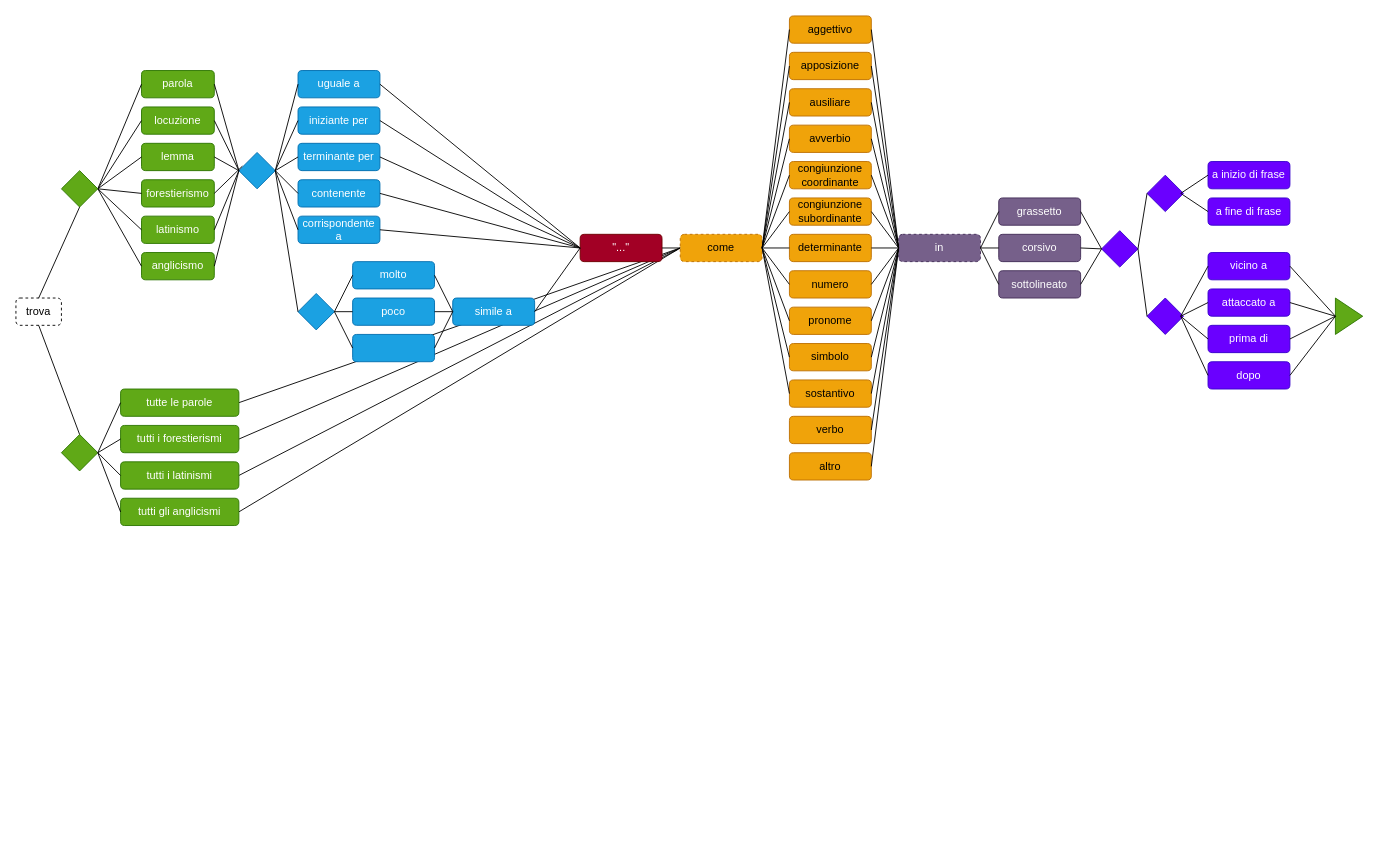
This is pqita.drawio from vedph/minerva-app, a draw.io file, before an edit. Source tidied: cells renumbered, new cells numbered last; positions are measured from the earlier drawing's top-left corner, leaving out a move shared by most shapes. Both pictures are drawn from the tidied source at 91%, with x=0, y=0 at pixel (15, 15).
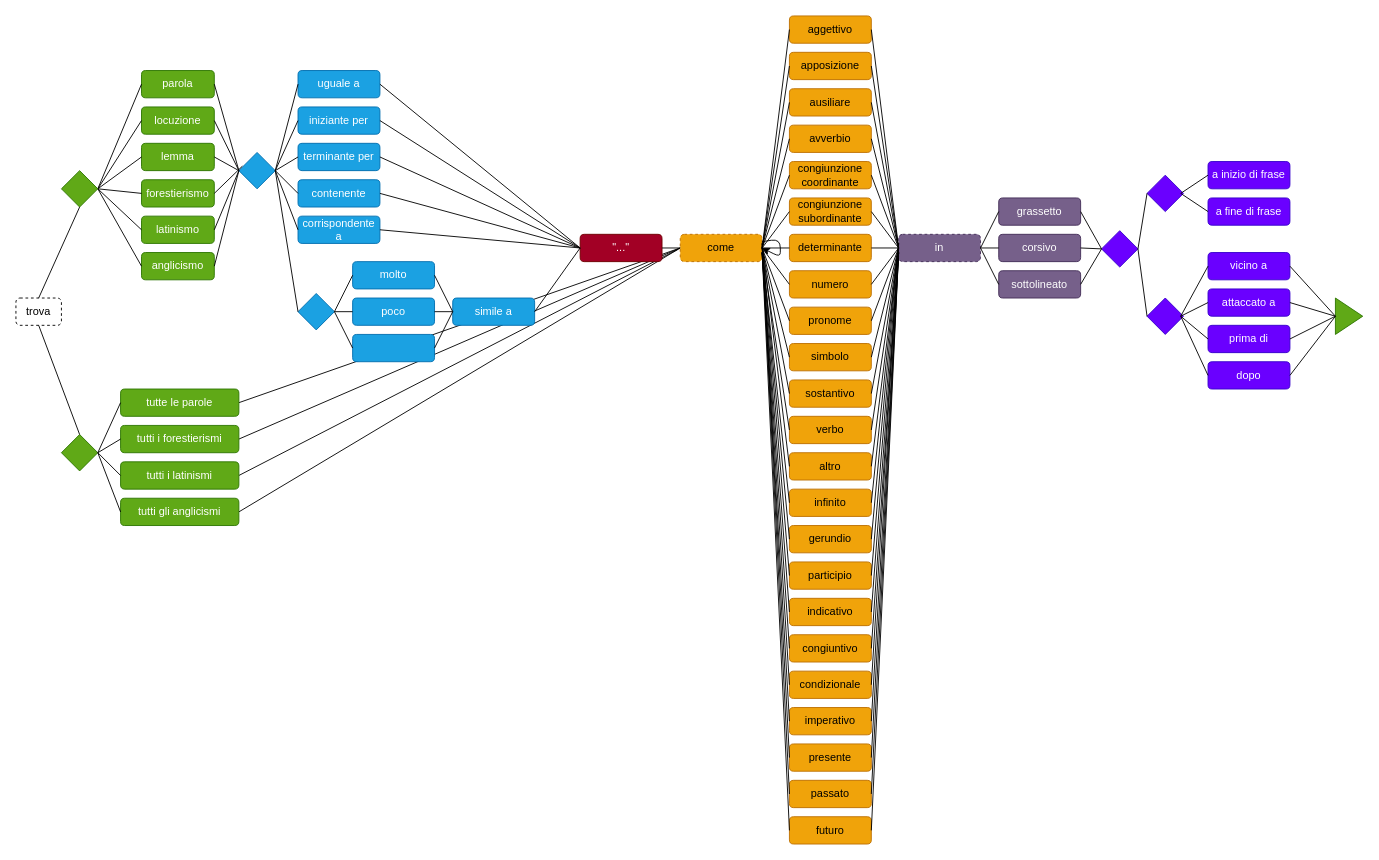
Above is the later version.

The change refers to these unchanged cells:
```xml
<mxCell id="29" value="come" style="rounded=1;whiteSpace=wrap;html=1;dashed=1;fillColor=#f0a30a;fontColor=#000000;strokeColor=#BD7000;" parent="1" vertex="1">
  <mxGeometry x="730" y="240" width="90" height="30" as="geometry" />
</mxCell>
<mxCell id="39" value="verbo" style="rounded=1;whiteSpace=wrap;html=1;fillColor=#f0a30a;fontColor=#000000;strokeColor=#BD7000;" parent="1" vertex="1">
  <mxGeometry x="850" y="440" width="90" height="30" as="geometry" />
</mxCell>
<mxCell id="42" value="altro" style="rounded=1;whiteSpace=wrap;html=1;fillColor=#f0a30a;fontColor=#000000;strokeColor=#BD7000;" parent="1" vertex="1">
  <mxGeometry x="850" y="480" width="90" height="30" as="geometry" />
</mxCell>
<mxCell id="43" value="in" style="rounded=1;whiteSpace=wrap;html=1;dashed=1;fillColor=#76608a;fontColor=#ffffff;strokeColor=#432D57;" parent="1" vertex="1">
  <mxGeometry x="970" y="240" width="90" height="30" as="geometry" />
</mxCell>
```

What changed in the source:
```diff
@@
+    <mxCell id="138" style="endArrow=none;html=1;rounded=0;entryX=0;entryY=0.5;entryDx=0;entryDy=0;" parent="1" edge="1" target="39">
+      <mxGeometry relative="1" as="geometry">
+        <mxPoint x="820" y="260" as="sourcePoint" />
+      </mxGeometry>
+    </mxCell>
+    <mxCell id="139" style="endArrow=none;html=1;rounded=0;entryX=0;entryY=0.5;entryDx=0;entryDy=0;" parent="1" edge="1" target="42">
+      <mxGeometry relative="1" as="geometry">
+        <mxPoint x="820" y="250" as="sourcePoint" />
+      </mxGeometry>
+    </mxCell>
+    <mxCell id="140" value="infinito" style="rounded=1;whiteSpace=wrap;html=1;fillColor=#f0a30a;fontColor=#000000;strokeColor=#BD7000;" parent="1" vertex="1">
+      <mxGeometry x="850" y="520" width="90" height="30" as="geometry" />
+    </mxCell>
+    <mxCell id="141" value="gerundio" style="rounded=1;whiteSpace=wrap;html=1;fillColor=#f0a30a;fontColor=#000000;strokeColor=#BD7000;" parent="1" vertex="1">
+      <mxGeometry x="850" y="560" width="90" height="30" as="geometry" />
+    </mxCell>
+    <mxCell id="142" value="participio" style="rounded=1;whiteSpace=wrap;html=1;fillColor=#f0a30a;fontColor=#000000;strokeColor=#BD7000;" parent="1" vertex="1">
+      <mxGeometry x="850" y="600" width="90" height="30" as="geometry" />
+    </mxCell>
+    <mxCell id="143" value="indicativo" style="rounded=1;whiteSpace=wrap;html=1;fillColor=#f0a30a;fontColor=#000000;strokeColor=#BD7000;" parent="1" vertex="1">
+      <mxGeometry x="850" y="640" width="90" height="30" as="geometry" />
+    </mxCell>
+    <mxCell id="144" value="congiuntivo" style="rounded=1;whiteSpace=wrap;html=1;fillColor=#f0a30a;fontColor=#000000;strokeColor=#BD7000;" parent="1" vertex="1">
+      <mxGeometry x="850" y="680" width="90" height="30" as="geometry" />
+    </mxCell>
+    <mxCell id="145" value="condizionale" style="rounded=1;whiteSpace=wrap;html=1;fillColor=#f0a30a;fontColor=#000000;strokeColor=#BD7000;" parent="1" vertex="1">
+      <mxGeometry x="850" y="720" width="90" height="30" as="geometry" />
+    </mxCell>
+    <mxCell id="146" value="imperativo" style="rounded=1;whiteSpace=wrap;html=1;fillColor=#f0a30a;fontColor=#000000;strokeColor=#BD7000;" parent="1" vertex="1">
+      <mxGeometry x="850" y="760" width="90" height="30" as="geometry" />
+    </mxCell>
+    <mxCell id="147" value="presente" style="rounded=1;whiteSpace=wrap;html=1;fillColor=#f0a30a;fontColor=#000000;strokeColor=#BD7000;" parent="1" vertex="1">
+      <mxGeometry x="850" y="800" width="90" height="30" as="geometry" />
+    </mxCell>
+    <mxCell id="148" value="passato" style="rounded=1;whiteSpace=wrap;html=1;fillColor=#f0a30a;fontColor=#000000;strokeColor=#BD7000;" parent="1" vertex="1">
+      <mxGeometry x="850" y="840" width="90" height="30" as="geometry" />
+    </mxCell>
+    <mxCell id="149" value="futuro" style="rounded=1;whiteSpace=wrap;html=1;fillColor=#f0a30a;fontColor=#000000;strokeColor=#BD7000;" parent="1" vertex="1">
+      <mxGeometry x="850" y="880" width="90" height="30" as="geometry" />
+    </mxCell>
+    <mxCell id="150" style="endArrow=none;html=1;rounded=0;entryX=0;entryY=0.5;entryDx=0;entryDy=0;" parent="1" edge="1" target="140">
+      <mxGeometry relative="1" as="geometry">
+        <mxPoint x="820" y="260" as="sourcePoint" />
+      </mxGeometry>
+    </mxCell>
+    <mxCell id="151" style="edgeStyle=none;html=1;entryX=1;entryY=0.5;entryDx=0;entryDy=0;" parent="1" edge="1" source="29" target="29">
+      <mxGeometry relative="1" as="geometry" />
+    </mxCell>
+    <mxCell id="152" style="endArrow=none;html=1;rounded=0;entryX=0;entryY=0.5;entryDx=0;entryDy=0;exitX=1;exitY=0.5;exitDx=0;exitDy=0;" parent="1" edge="1" source="29" target="141">
+      <mxGeometry relative="1" as="geometry" />
+    </mxCell>
+    <mxCell id="153" style="endArrow=none;html=1;rounded=0;entryX=0;entryY=0.5;entryDx=0;entryDy=0;exitX=1;exitY=0.5;exitDx=0;exitDy=0;" parent="1" edge="1" source="29" target="142">
+      <mxGeometry relative="1" as="geometry" />
+    </mxCell>
+    <mxCell id="154" style="endArrow=none;html=1;rounded=0;entryX=0;entryY=0.5;entryDx=0;entryDy=0;" parent="1" edge="1" target="143">
+      <mxGeometry relative="1" as="geometry">
+        <mxPoint x="820" y="260" as="sourcePoint" />
+      </mxGeometry>
+    </mxCell>
+    <mxCell id="155" style="endArrow=none;html=1;rounded=0;entryX=0;entryY=0.5;entryDx=0;entryDy=0;" parent="1" edge="1" target="144">
+      <mxGeometry relative="1" as="geometry">
+        <mxPoint x="820" y="260" as="sourcePoint" />
+      </mxGeometry>
+    </mxCell>
+    <mxCell id="156" style="endArrow=none;html=1;rounded=0;entryX=0;entryY=0.5;entryDx=0;entryDy=0;" parent="1" edge="1" target="145">
+      <mxGeometry relative="1" as="geometry">
+        <mxPoint x="820" y="260" as="sourcePoint" />
+      </mxGeometry>
+    </mxCell>
+    <mxCell id="157" style="endArrow=none;html=1;rounded=0;entryX=0;entryY=0.5;entryDx=0;entryDy=0;" parent="1" edge="1" target="146">
+      <mxGeometry relative="1" as="geometry">
+        <mxPoint x="820" y="260" as="sourcePoint" />
+      </mxGeometry>
+    </mxCell>
+    <mxCell id="158" style="endArrow=none;html=1;rounded=0;entryX=0;entryY=0.5;entryDx=0;entryDy=0;" parent="1" edge="1" target="147">
+      <mxGeometry relative="1" as="geometry">
+        <mxPoint x="820" y="250" as="sourcePoint" />
+      </mxGeometry>
+    </mxCell>
+    <mxCell id="159" style="endArrow=none;html=1;rounded=0;entryX=0;entryY=0.5;entryDx=0;entryDy=0;" parent="1" edge="1" target="148">
+      <mxGeometry relative="1" as="geometry">
+        <mxPoint x="820" y="250" as="sourcePoint" />
+      </mxGeometry>
+    </mxCell>
+    <mxCell id="160" style="endArrow=none;html=1;rounded=0;entryX=0;entryY=0.5;entryDx=0;entryDy=0;" parent="1" edge="1" target="149">
+      <mxGeometry relative="1" as="geometry">
+        <mxPoint x="820" y="260" as="sourcePoint" />
+      </mxGeometry>
+    </mxCell>
+    <mxCell id="161" style="endArrow=none;html=1;rounded=0;exitX=1;exitY=0.5;exitDx=0;exitDy=0;" parent="1" edge="1" source="140">
+      <mxGeometry relative="1" as="geometry">
+        <mxPoint x="970" y="250" as="targetPoint" />
+      </mxGeometry>
+    </mxCell>
+    <mxCell id="162" style="endArrow=none;html=1;rounded=0;exitX=1;exitY=0.5;exitDx=0;exitDy=0;" parent="1" edge="1" source="141">
+      <mxGeometry relative="1" as="geometry">
+        <mxPoint x="970" y="250" as="targetPoint" />
+      </mxGeometry>
+    </mxCell>
+    <mxCell id="163" style="endArrow=none;html=1;rounded=0;exitX=1;exitY=0.5;exitDx=0;exitDy=0;entryX=0;entryY=0.5;entryDx=0;entryDy=0;" parent="1" edge="1" source="142" target="43">
+      <mxGeometry relative="1" as="geometry" />
+    </mxCell>
+    <mxCell id="164" style="endArrow=none;html=1;rounded=0;exitX=1;exitY=0.5;exitDx=0;exitDy=0;" parent="1" edge="1" source="143">
+      <mxGeometry relative="1" as="geometry">
+        <mxPoint x="970" y="260" as="targetPoint" />
+      </mxGeometry>
+    </mxCell>
+    <mxCell id="165" style="endArrow=none;html=1;rounded=0;exitX=1;exitY=0.5;exitDx=0;exitDy=0;" parent="1" edge="1" source="144">
+      <mxGeometry relative="1" as="geometry">
+        <mxPoint x="970" y="260" as="targetPoint" />
+      </mxGeometry>
+    </mxCell>
+    <mxCell id="166" style="endArrow=none;html=1;rounded=0;exitX=1;exitY=0.5;exitDx=0;exitDy=0;" parent="1" edge="1" source="145">
+      <mxGeometry relative="1" as="geometry">
+        <mxPoint x="970" y="250" as="targetPoint" />
+      </mxGeometry>
+    </mxCell>
+    <mxCell id="167" style="endArrow=none;html=1;rounded=0;exitX=1;exitY=0.5;exitDx=0;exitDy=0;" parent="1" edge="1" source="146">
+      <mxGeometry relative="1" as="geometry">
+        <mxPoint x="970" y="260" as="targetPoint" />
+      </mxGeometry>
+    </mxCell>
+    <mxCell id="168" style="endArrow=none;html=1;rounded=0;exitX=1;exitY=0.5;exitDx=0;exitDy=0;" parent="1" edge="1" source="147">
+      <mxGeometry relative="1" as="geometry">
+        <mxPoint x="970" y="260" as="targetPoint" />
+      </mxGeometry>
+    </mxCell>
+    <mxCell id="169" style="endArrow=none;html=1;rounded=0;exitX=1;exitY=0.5;exitDx=0;exitDy=0;" parent="1" edge="1" source="148">
+      <mxGeometry relative="1" as="geometry">
+        <mxPoint x="970" y="260" as="targetPoint" />
+      </mxGeometry>
+    </mxCell>
+    <mxCell id="170" style="endArrow=none;html=1;rounded=0;exitX=1;exitY=0.5;exitDx=0;exitDy=0;" parent="1" edge="1" source="149">
+      <mxGeometry relative="1" as="geometry">
+        <mxPoint x="970" y="260" as="targetPoint" />
+      </mxGeometry>
+    </mxCell>
```
